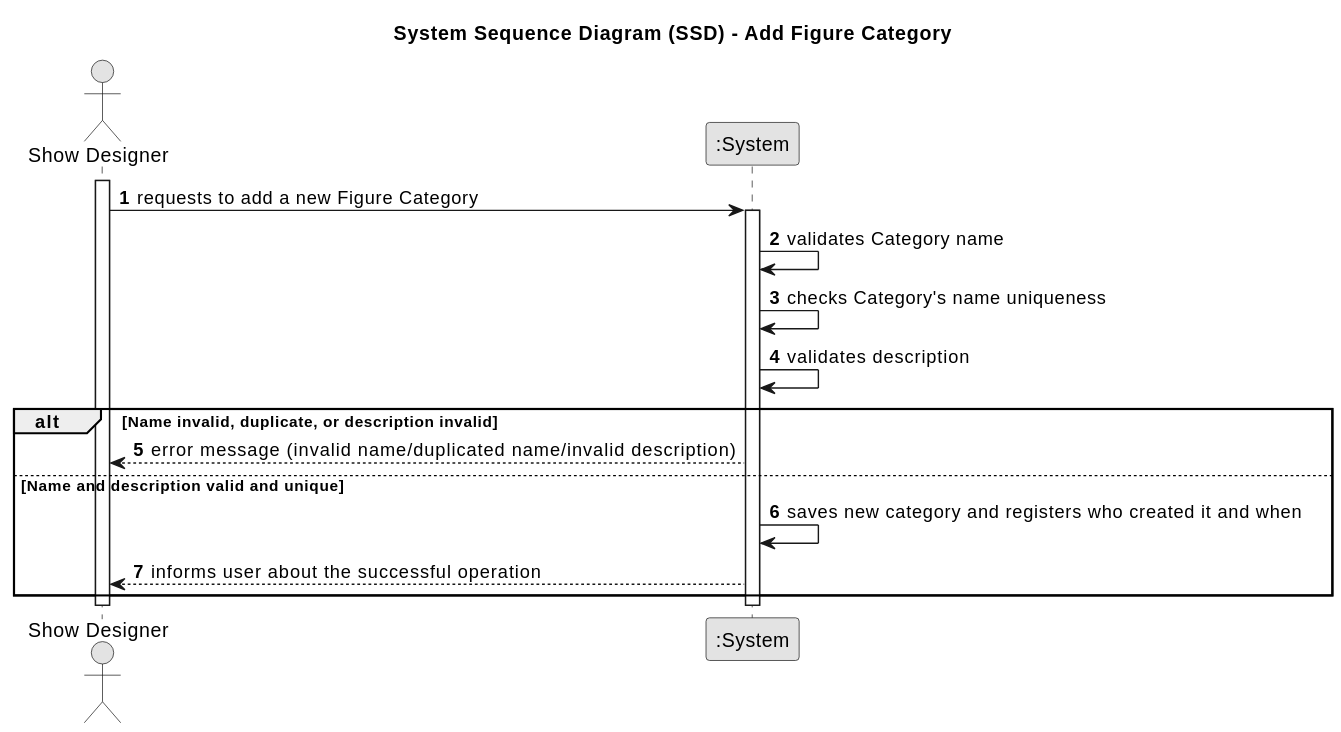
Before: docs/planning/sprint2/EAPLI/US245 - Add figure category/01.requirements-engineering/svg/us245-system-sequence-diagram.svg, a diagram exported from PlantUML (SAEmanuel/Shodrone_ISEP).
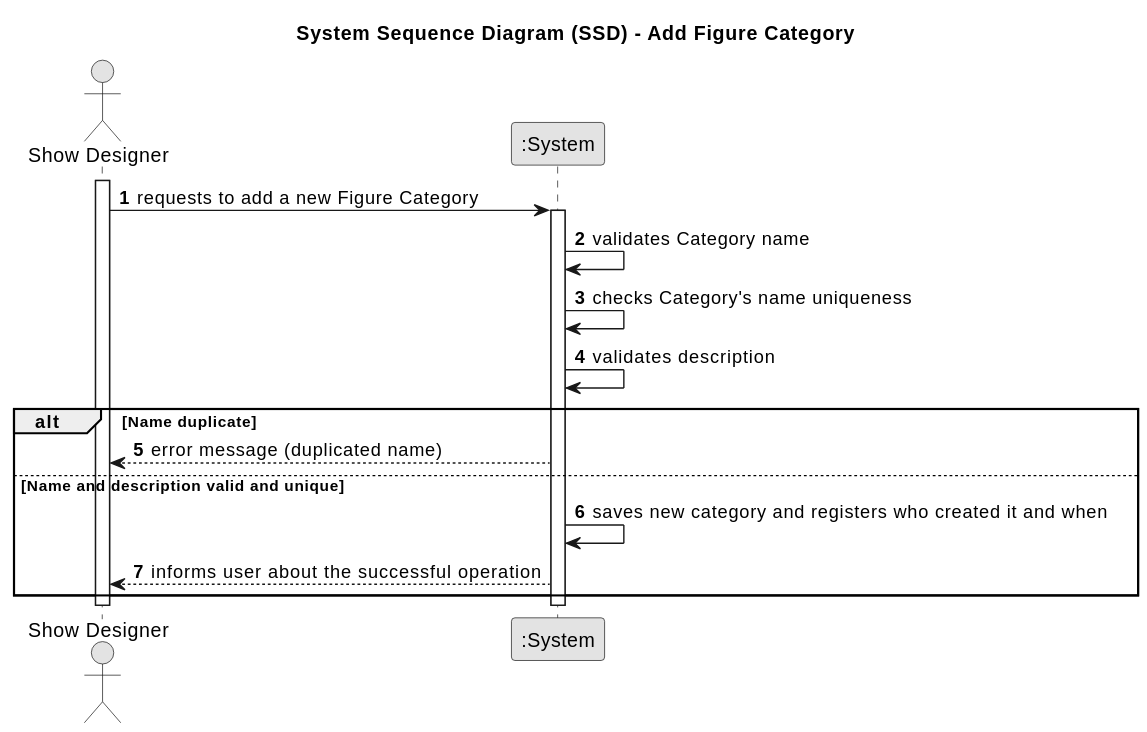
Later version of the same file.

Commit message:
us245: requirements-engineering system-sequence-diagram updated

Related to: #1/#23/#27

Diff of the diagram source:
```diff
@@ -18,8 +18,8 @@
 System -> System: validates Category name
 System -> System: checks Category's name uniqueness
 System -> System: validates description
-alt Name invalid, duplicate, or description invalid
-    System --> SD: error message (invalid name/duplicated name/invalid description)
+alt Name duplicate
+    System --> SD: error message (duplicated name)
 else Name and description valid and unique
     System -> System: saves new category and registers who created it and when
     System --> SD: informs user about the successful operation
```
